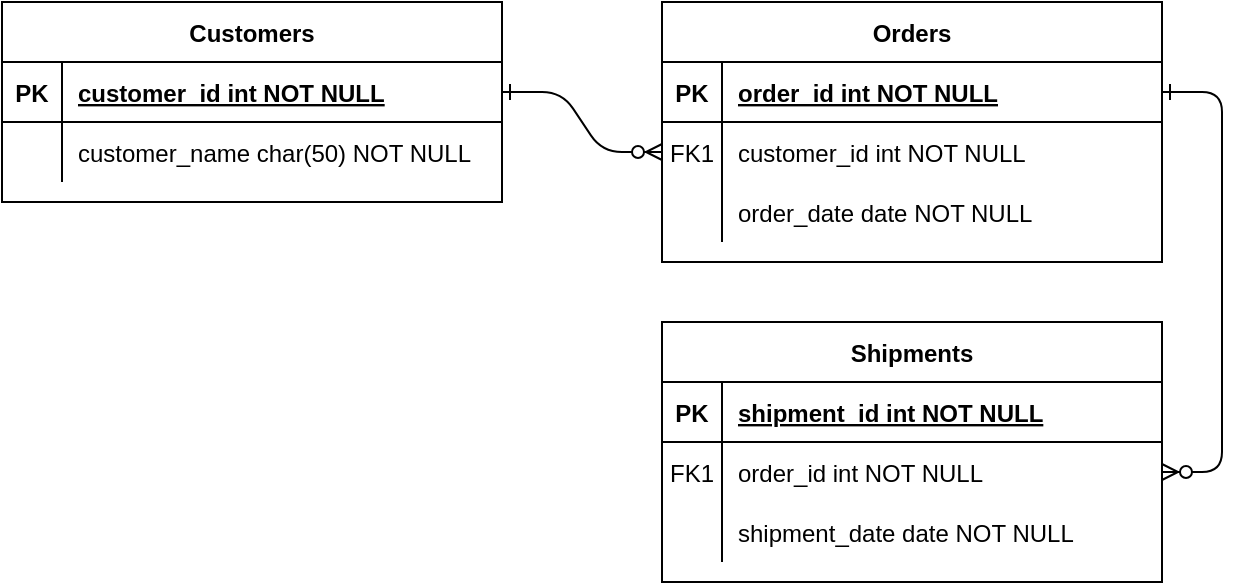
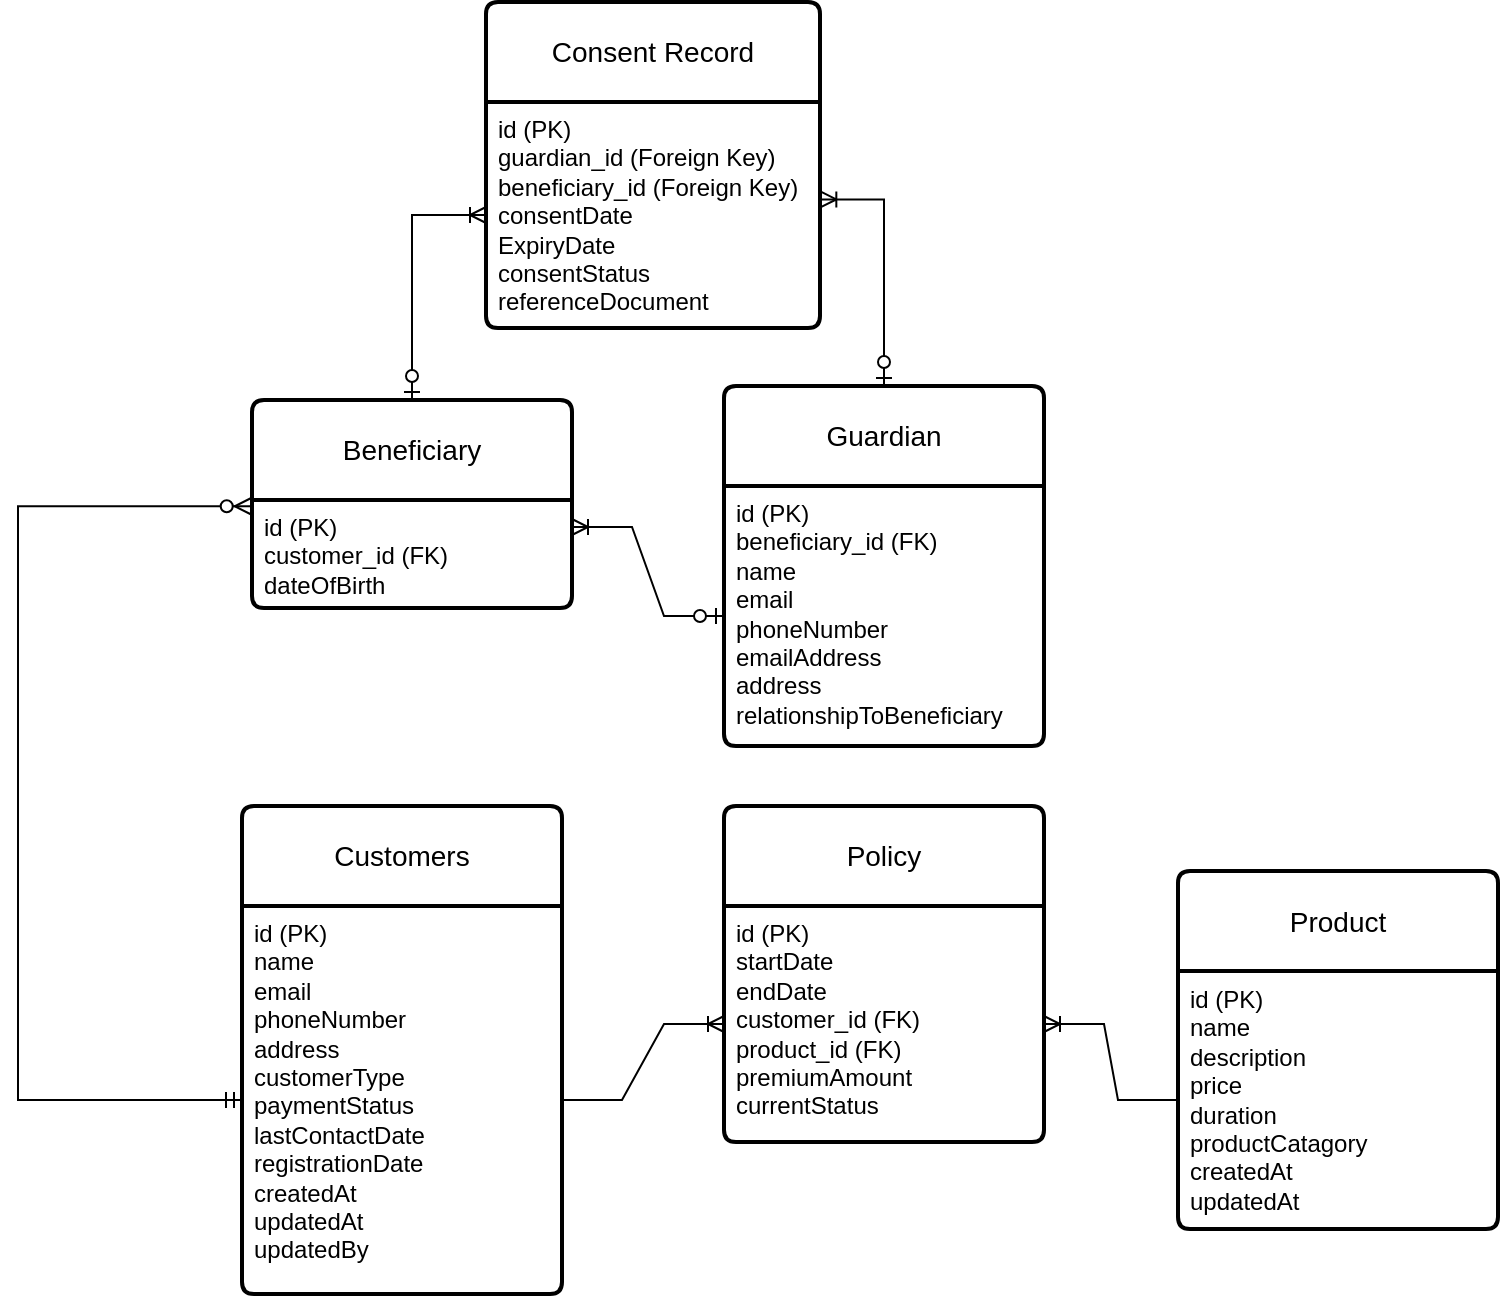
<mxfile host="app.diagrams.net" agent="5.0 (Macintosh; Intel Mac OS X 10_14_6) AppleWebKit/537.36 (KHTML, like Gecko) Chrome/83.0.4103.116 Safari/537.36">
  <diagram id="R2lEEEUBdFMjLlhIrx00" name="Page-1">
-     <mxGraphModel dx="1223" dy="797" grid="1" gridSize="10" guides="1" tooltips="1" connect="1" arrows="1" fold="1" page="1" pageScale="1" pageWidth="850" pageHeight="1100" math="0" shadow="0" extFonts="Permanent Marker^https://fonts.googleapis.com/css?family=Permanent+Marker">
+     <mxGraphModel dx="849" dy="1032" grid="0" gridSize="10" guides="1" tooltips="1" connect="1" arrows="1" fold="1" page="0" pageScale="1" pageWidth="850" pageHeight="1100" math="0" shadow="0" extFonts="Permanent Marker^https://fonts.googleapis.com/css?family=Permanent+Marker">
      <root>
        <mxCell id="0" />
        <mxCell id="1" parent="0" />
-         <mxCell id="C-vyLk0tnHw3VtMMgP7b-1" value="" style="edgeStyle=entityRelationEdgeStyle;endArrow=ERzeroToMany;startArrow=ERone;endFill=1;startFill=0;" parent="1" source="C-vyLk0tnHw3VtMMgP7b-24" target="C-vyLk0tnHw3VtMMgP7b-6" edge="1">
-           <mxGeometry width="100" height="100" relative="1" as="geometry">
-             <mxPoint x="340" y="720" as="sourcePoint" />
-             <mxPoint x="440" y="620" as="targetPoint" />
+         <mxCell id="dAdBnxP72XUMtryMGmO9-1" parent="1" style="swimlane;childLayout=stackLayout;horizontal=1;startSize=50;horizontalStack=0;rounded=1;fontSize=14;fontStyle=0;strokeWidth=2;resizeParent=0;resizeLast=1;shadow=0;dashed=0;align=center;arcSize=4;whiteSpace=wrap;html=1;" value="Customers" vertex="1">
+           <mxGeometry height="244" width="160" x="150" y="118" as="geometry" />
+         </mxCell>
+         <mxCell id="dAdBnxP72XUMtryMGmO9-2" parent="dAdBnxP72XUMtryMGmO9-1" style="align=left;strokeColor=none;fillColor=none;spacingLeft=4;spacingRight=4;fontSize=12;verticalAlign=top;resizable=0;rotatable=0;part=1;html=1;whiteSpace=wrap;" value="id (PK)&lt;div&gt;name&lt;/div&gt;&lt;div&gt;email&lt;/div&gt;&lt;div&gt;phoneNumber&lt;/div&gt;&lt;div&gt;address&lt;/div&gt;&lt;div&gt;customerType&lt;/div&gt;&lt;div&gt;paymentStatus&lt;/div&gt;&lt;div&gt;lastContactDate&lt;/div&gt;&lt;div&gt;registrationDate&lt;/div&gt;&lt;div&gt;createdAt&lt;/div&gt;&lt;div&gt;updatedAt&lt;/div&gt;&lt;div&gt;updatedBy&lt;/div&gt;" vertex="1">
+           <mxGeometry height="194" width="160" y="50" as="geometry" />
+         </mxCell>
+         <mxCell id="dAdBnxP72XUMtryMGmO9-4" parent="1" style="swimlane;childLayout=stackLayout;horizontal=1;startSize=50;horizontalStack=0;rounded=1;fontSize=14;fontStyle=0;strokeWidth=2;resizeParent=0;resizeLast=1;shadow=0;dashed=0;align=center;arcSize=4;whiteSpace=wrap;html=1;" value="Product" vertex="1">
+           <mxGeometry height="179" width="160" x="618" y="150.5" as="geometry" />
+         </mxCell>
+         <mxCell id="dAdBnxP72XUMtryMGmO9-5" parent="dAdBnxP72XUMtryMGmO9-4" style="align=left;strokeColor=none;fillColor=none;spacingLeft=4;spacingRight=4;fontSize=12;verticalAlign=top;resizable=0;rotatable=0;part=1;html=1;whiteSpace=wrap;" value="id (PK)&lt;div&gt;name&lt;/div&gt;&lt;div&gt;description&lt;br&gt;&lt;div&gt;price&lt;/div&gt;&lt;div&gt;duration&lt;/div&gt;&lt;div&gt;productCatagory&lt;/div&gt;&lt;div&gt;createdAt&lt;/div&gt;&lt;/div&gt;&lt;div&gt;updatedAt&lt;/div&gt;" vertex="1">
+           <mxGeometry height="129" width="160" y="50" as="geometry" />
+         </mxCell>
+         <mxCell id="dAdBnxP72XUMtryMGmO9-12" parent="1" style="swimlane;childLayout=stackLayout;horizontal=1;startSize=50;horizontalStack=0;rounded=1;fontSize=14;fontStyle=0;strokeWidth=2;resizeParent=0;resizeLast=1;shadow=0;dashed=0;align=center;arcSize=4;whiteSpace=wrap;html=1;" value="Policy" vertex="1">
+           <mxGeometry height="168" width="160" x="391" y="118" as="geometry" />
+         </mxCell>
+         <mxCell id="dAdBnxP72XUMtryMGmO9-13" parent="dAdBnxP72XUMtryMGmO9-12" style="align=left;strokeColor=none;fillColor=none;spacingLeft=4;spacingRight=4;fontSize=12;verticalAlign=top;resizable=0;rotatable=0;part=1;html=1;whiteSpace=wrap;" value="id (PK)&lt;div&gt;startDate&lt;/div&gt;&lt;div&gt;endDate&lt;/div&gt;&lt;div&gt;customer_id (FK)&lt;/div&gt;&lt;div&gt;product_id (FK)&lt;/div&gt;&lt;div&gt;premiumAmount&lt;/div&gt;&lt;div&gt;currentStatus&lt;/div&gt;" vertex="1">
+           <mxGeometry height="118" width="160" y="50" as="geometry" />
+         </mxCell>
+         <mxCell id="dAdBnxP72XUMtryMGmO9-14" edge="1" parent="1" source="dAdBnxP72XUMtryMGmO9-2" style="edgeStyle=entityRelationEdgeStyle;fontSize=12;html=1;endArrow=ERoneToMany;rounded=0;exitX=1;exitY=0.5;exitDx=0;exitDy=0;entryX=0;entryY=0.5;entryDx=0;entryDy=0;" target="dAdBnxP72XUMtryMGmO9-13" value="">
+           <mxGeometry height="100" relative="1" width="100" as="geometry">
+             <mxPoint x="294" y="416" as="sourcePoint" />
+             <mxPoint x="394" y="316" as="targetPoint" />
          </mxGeometry>
        </mxCell>
-         <mxCell id="C-vyLk0tnHw3VtMMgP7b-12" value="" style="edgeStyle=entityRelationEdgeStyle;endArrow=ERzeroToMany;startArrow=ERone;endFill=1;startFill=0;" parent="1" source="C-vyLk0tnHw3VtMMgP7b-3" target="C-vyLk0tnHw3VtMMgP7b-17" edge="1">
-           <mxGeometry width="100" height="100" relative="1" as="geometry">
-             <mxPoint x="400" y="180" as="sourcePoint" />
-             <mxPoint x="460" y="205" as="targetPoint" />
+         <mxCell id="dAdBnxP72XUMtryMGmO9-15" edge="1" parent="1" source="dAdBnxP72XUMtryMGmO9-5" style="edgeStyle=entityRelationEdgeStyle;fontSize=12;html=1;endArrow=ERoneToMany;rounded=0;exitX=0;exitY=0.5;exitDx=0;exitDy=0;entryX=1;entryY=0.5;entryDx=0;entryDy=0;" target="dAdBnxP72XUMtryMGmO9-13" value="">
+           <mxGeometry height="100" relative="1" width="100" as="geometry">
+             <mxPoint x="473" y="465" as="sourcePoint" />
+             <mxPoint x="573" y="365" as="targetPoint" />
          </mxGeometry>
        </mxCell>
-         <mxCell id="C-vyLk0tnHw3VtMMgP7b-2" value="Orders" style="shape=table;startSize=30;container=1;collapsible=1;childLayout=tableLayout;fixedRows=1;rowLines=0;fontStyle=1;align=center;resizeLast=1;" parent="1" vertex="1">
-           <mxGeometry x="450" y="120" width="250" height="130" as="geometry" />
+         <mxCell id="dAdBnxP72XUMtryMGmO9-16" parent="1" style="swimlane;childLayout=stackLayout;horizontal=1;startSize=50;horizontalStack=0;rounded=1;fontSize=14;fontStyle=0;strokeWidth=2;resizeParent=0;resizeLast=1;shadow=0;dashed=0;align=center;arcSize=4;whiteSpace=wrap;html=1;" value="Beneficiary" vertex="1">
+           <mxGeometry height="104" width="160" x="155" y="-85" as="geometry" />
        </mxCell>
-         <mxCell id="C-vyLk0tnHw3VtMMgP7b-3" value="" style="shape=partialRectangle;collapsible=0;dropTarget=0;pointerEvents=0;fillColor=none;points=[[0,0.5],[1,0.5]];portConstraint=eastwest;top=0;left=0;right=0;bottom=1;" parent="C-vyLk0tnHw3VtMMgP7b-2" vertex="1">
-           <mxGeometry y="30" width="250" height="30" as="geometry" />
+         <mxCell id="dAdBnxP72XUMtryMGmO9-17" parent="dAdBnxP72XUMtryMGmO9-16" style="align=left;strokeColor=none;fillColor=none;spacingLeft=4;spacingRight=4;fontSize=12;verticalAlign=top;resizable=0;rotatable=0;part=1;html=1;whiteSpace=wrap;" value="id (PK)&lt;div&gt;customer_id (FK)&lt;br&gt;&lt;div&gt;dateOfBirth&lt;/div&gt;&lt;/div&gt;" vertex="1">
+           <mxGeometry height="54" width="160" y="50" as="geometry" />
        </mxCell>
-         <mxCell id="C-vyLk0tnHw3VtMMgP7b-4" value="PK" style="shape=partialRectangle;overflow=hidden;connectable=0;fillColor=none;top=0;left=0;bottom=0;right=0;fontStyle=1;" parent="C-vyLk0tnHw3VtMMgP7b-3" vertex="1">
-           <mxGeometry width="30" height="30" as="geometry" />
+         <mxCell id="dAdBnxP72XUMtryMGmO9-18" parent="1" style="swimlane;childLayout=stackLayout;horizontal=1;startSize=50;horizontalStack=0;rounded=1;fontSize=14;fontStyle=0;strokeWidth=2;resizeParent=0;resizeLast=1;shadow=0;dashed=0;align=center;arcSize=4;whiteSpace=wrap;html=1;" value="Guardian" vertex="1">
+           <mxGeometry height="180" width="160" x="391" y="-92" as="geometry" />
        </mxCell>
-         <mxCell id="C-vyLk0tnHw3VtMMgP7b-5" value="order_id int NOT NULL " style="shape=partialRectangle;overflow=hidden;connectable=0;fillColor=none;top=0;left=0;bottom=0;right=0;align=left;spacingLeft=6;fontStyle=5;" parent="C-vyLk0tnHw3VtMMgP7b-3" vertex="1">
-           <mxGeometry x="30" width="220" height="30" as="geometry" />
+         <mxCell id="dAdBnxP72XUMtryMGmO9-19" parent="dAdBnxP72XUMtryMGmO9-18" style="align=left;strokeColor=none;fillColor=none;spacingLeft=4;spacingRight=4;fontSize=12;verticalAlign=top;resizable=0;rotatable=0;part=1;html=1;whiteSpace=wrap;" value="id (PK)&lt;div&gt;beneficiary_id (FK)&lt;br&gt;&lt;div&gt;name&lt;/div&gt;&lt;div&gt;email&lt;/div&gt;&lt;div&gt;phoneNumber&lt;/div&gt;&lt;div&gt;emailAddress&lt;/div&gt;&lt;div&gt;address&lt;/div&gt;&lt;div&gt;relationshipToBeneficiary&lt;/div&gt;&lt;/div&gt;" vertex="1">
+           <mxGeometry height="130" width="160" y="50" as="geometry" />
        </mxCell>
-         <mxCell id="C-vyLk0tnHw3VtMMgP7b-6" value="" style="shape=partialRectangle;collapsible=0;dropTarget=0;pointerEvents=0;fillColor=none;points=[[0,0.5],[1,0.5]];portConstraint=eastwest;top=0;left=0;right=0;bottom=0;" parent="C-vyLk0tnHw3VtMMgP7b-2" vertex="1">
-           <mxGeometry y="60" width="250" height="30" as="geometry" />
+         <mxCell id="dAdBnxP72XUMtryMGmO9-26" edge="1" parent="1" source="dAdBnxP72XUMtryMGmO9-19" style="edgeStyle=entityRelationEdgeStyle;fontSize=12;html=1;endArrow=ERoneToMany;startArrow=ERzeroToOne;rounded=0;exitX=0;exitY=0.5;exitDx=0;exitDy=0;entryX=1;entryY=0.25;entryDx=0;entryDy=0;" target="dAdBnxP72XUMtryMGmO9-17" value="">
+           <mxGeometry height="100" relative="1" width="100" as="geometry">
+             <mxPoint x="-52" y="324" as="sourcePoint" />
+             <mxPoint x="48" y="224" as="targetPoint" />
+           </mxGeometry>
        </mxCell>
-         <mxCell id="C-vyLk0tnHw3VtMMgP7b-7" value="FK1" style="shape=partialRectangle;overflow=hidden;connectable=0;fillColor=none;top=0;left=0;bottom=0;right=0;" parent="C-vyLk0tnHw3VtMMgP7b-6" vertex="1">
-           <mxGeometry width="30" height="30" as="geometry" />
+         <mxCell id="dAdBnxP72XUMtryMGmO9-29" edge="1" parent="1" source="dAdBnxP72XUMtryMGmO9-2" style="edgeStyle=orthogonalEdgeStyle;fontSize=12;html=1;endArrow=ERzeroToMany;startArrow=ERmandOne;rounded=0;exitX=0;exitY=0.5;exitDx=0;exitDy=0;entryX=-0.004;entryY=0.058;entryDx=0;entryDy=0;entryPerimeter=0;" target="dAdBnxP72XUMtryMGmO9-17" value="">
+           <mxGeometry height="100" relative="1" width="100" as="geometry">
+             <Array as="points">
+               <mxPoint x="38" y="265" />
+               <mxPoint x="38" y="-32" />
+             </Array>
+             <mxPoint x="15" y="305" as="sourcePoint" />
+             <mxPoint x="101" y="-31" as="targetPoint" />
+           </mxGeometry>
        </mxCell>
-         <mxCell id="C-vyLk0tnHw3VtMMgP7b-8" value="customer_id int NOT NULL" style="shape=partialRectangle;overflow=hidden;connectable=0;fillColor=none;top=0;left=0;bottom=0;right=0;align=left;spacingLeft=6;" parent="C-vyLk0tnHw3VtMMgP7b-6" vertex="1">
-           <mxGeometry x="30" width="220" height="30" as="geometry" />
+         <mxCell id="dAdBnxP72XUMtryMGmO9-30" parent="1" style="swimlane;childLayout=stackLayout;horizontal=1;startSize=50;horizontalStack=0;rounded=1;fontSize=14;fontStyle=0;strokeWidth=2;resizeParent=0;resizeLast=1;shadow=0;dashed=0;align=center;arcSize=4;whiteSpace=wrap;html=1;" value="Consent Record" vertex="1">
+           <mxGeometry height="163" width="167" x="272" y="-284" as="geometry" />
        </mxCell>
-         <mxCell id="C-vyLk0tnHw3VtMMgP7b-9" value="" style="shape=partialRectangle;collapsible=0;dropTarget=0;pointerEvents=0;fillColor=none;points=[[0,0.5],[1,0.5]];portConstraint=eastwest;top=0;left=0;right=0;bottom=0;" parent="C-vyLk0tnHw3VtMMgP7b-2" vertex="1">
-           <mxGeometry y="90" width="250" height="30" as="geometry" />
+         <mxCell id="dAdBnxP72XUMtryMGmO9-31" parent="dAdBnxP72XUMtryMGmO9-30" style="align=left;strokeColor=none;fillColor=none;spacingLeft=4;spacingRight=4;fontSize=12;verticalAlign=top;resizable=0;rotatable=0;part=1;html=1;whiteSpace=wrap;" value="&lt;div&gt;id (PK)&lt;/div&gt;&lt;div&gt;guardian_id (Foreign Key)&lt;/div&gt;&lt;div&gt;beneficiary_id (Foreign Key)&lt;/div&gt;&lt;div&gt;consentDate&lt;/div&gt;&lt;div&gt;ExpiryDate&lt;/div&gt;&lt;div&gt;consentStatus&lt;/div&gt;&lt;div&gt;referenceDocument&lt;/div&gt;" vertex="1">
+           <mxGeometry height="113" width="167" y="50" as="geometry" />
        </mxCell>
-         <mxCell id="C-vyLk0tnHw3VtMMgP7b-10" value="" style="shape=partialRectangle;overflow=hidden;connectable=0;fillColor=none;top=0;left=0;bottom=0;right=0;" parent="C-vyLk0tnHw3VtMMgP7b-9" vertex="1">
-           <mxGeometry width="30" height="30" as="geometry" />
+         <mxCell id="dAdBnxP72XUMtryMGmO9-35" edge="1" parent="1" source="dAdBnxP72XUMtryMGmO9-18" style="edgeStyle=orthogonalEdgeStyle;fontSize=12;html=1;endArrow=ERoneToMany;startArrow=ERzeroToOne;rounded=0;entryX=1.001;entryY=0.431;entryDx=0;entryDy=0;entryPerimeter=0;exitX=0.5;exitY=0;exitDx=0;exitDy=0;" target="dAdBnxP72XUMtryMGmO9-31" value="">
+           <mxGeometry height="100" relative="1" width="100" as="geometry">
+             <Array as="points">
+               <mxPoint x="471" y="-185" />
+             </Array>
+             <mxPoint x="502" y="-141" as="sourcePoint" />
+             <mxPoint x="602" y="-241" as="targetPoint" />
+           </mxGeometry>
        </mxCell>
-         <mxCell id="C-vyLk0tnHw3VtMMgP7b-11" value="order_date date NOT NULL" style="shape=partialRectangle;overflow=hidden;connectable=0;fillColor=none;top=0;left=0;bottom=0;right=0;align=left;spacingLeft=6;" parent="C-vyLk0tnHw3VtMMgP7b-9" vertex="1">
-           <mxGeometry x="30" width="220" height="30" as="geometry" />
-         </mxCell>
-         <mxCell id="C-vyLk0tnHw3VtMMgP7b-13" value="Shipments" style="shape=table;startSize=30;container=1;collapsible=1;childLayout=tableLayout;fixedRows=1;rowLines=0;fontStyle=1;align=center;resizeLast=1;" parent="1" vertex="1">
-           <mxGeometry x="450" y="280" width="250" height="130" as="geometry" />
-         </mxCell>
-         <mxCell id="C-vyLk0tnHw3VtMMgP7b-14" value="" style="shape=partialRectangle;collapsible=0;dropTarget=0;pointerEvents=0;fillColor=none;points=[[0,0.5],[1,0.5]];portConstraint=eastwest;top=0;left=0;right=0;bottom=1;" parent="C-vyLk0tnHw3VtMMgP7b-13" vertex="1">
-           <mxGeometry y="30" width="250" height="30" as="geometry" />
-         </mxCell>
-         <mxCell id="C-vyLk0tnHw3VtMMgP7b-15" value="PK" style="shape=partialRectangle;overflow=hidden;connectable=0;fillColor=none;top=0;left=0;bottom=0;right=0;fontStyle=1;" parent="C-vyLk0tnHw3VtMMgP7b-14" vertex="1">
-           <mxGeometry width="30" height="30" as="geometry" />
-         </mxCell>
-         <mxCell id="C-vyLk0tnHw3VtMMgP7b-16" value="shipment_id int NOT NULL " style="shape=partialRectangle;overflow=hidden;connectable=0;fillColor=none;top=0;left=0;bottom=0;right=0;align=left;spacingLeft=6;fontStyle=5;" parent="C-vyLk0tnHw3VtMMgP7b-14" vertex="1">
-           <mxGeometry x="30" width="220" height="30" as="geometry" />
-         </mxCell>
-         <mxCell id="C-vyLk0tnHw3VtMMgP7b-17" value="" style="shape=partialRectangle;collapsible=0;dropTarget=0;pointerEvents=0;fillColor=none;points=[[0,0.5],[1,0.5]];portConstraint=eastwest;top=0;left=0;right=0;bottom=0;" parent="C-vyLk0tnHw3VtMMgP7b-13" vertex="1">
-           <mxGeometry y="60" width="250" height="30" as="geometry" />
-         </mxCell>
-         <mxCell id="C-vyLk0tnHw3VtMMgP7b-18" value="FK1" style="shape=partialRectangle;overflow=hidden;connectable=0;fillColor=none;top=0;left=0;bottom=0;right=0;" parent="C-vyLk0tnHw3VtMMgP7b-17" vertex="1">
-           <mxGeometry width="30" height="30" as="geometry" />
-         </mxCell>
-         <mxCell id="C-vyLk0tnHw3VtMMgP7b-19" value="order_id int NOT NULL" style="shape=partialRectangle;overflow=hidden;connectable=0;fillColor=none;top=0;left=0;bottom=0;right=0;align=left;spacingLeft=6;" parent="C-vyLk0tnHw3VtMMgP7b-17" vertex="1">
-           <mxGeometry x="30" width="220" height="30" as="geometry" />
-         </mxCell>
-         <mxCell id="C-vyLk0tnHw3VtMMgP7b-20" value="" style="shape=partialRectangle;collapsible=0;dropTarget=0;pointerEvents=0;fillColor=none;points=[[0,0.5],[1,0.5]];portConstraint=eastwest;top=0;left=0;right=0;bottom=0;" parent="C-vyLk0tnHw3VtMMgP7b-13" vertex="1">
-           <mxGeometry y="90" width="250" height="30" as="geometry" />
-         </mxCell>
-         <mxCell id="C-vyLk0tnHw3VtMMgP7b-21" value="" style="shape=partialRectangle;overflow=hidden;connectable=0;fillColor=none;top=0;left=0;bottom=0;right=0;" parent="C-vyLk0tnHw3VtMMgP7b-20" vertex="1">
-           <mxGeometry width="30" height="30" as="geometry" />
-         </mxCell>
-         <mxCell id="C-vyLk0tnHw3VtMMgP7b-22" value="shipment_date date NOT NULL" style="shape=partialRectangle;overflow=hidden;connectable=0;fillColor=none;top=0;left=0;bottom=0;right=0;align=left;spacingLeft=6;" parent="C-vyLk0tnHw3VtMMgP7b-20" vertex="1">
-           <mxGeometry x="30" width="220" height="30" as="geometry" />
-         </mxCell>
-         <mxCell id="C-vyLk0tnHw3VtMMgP7b-23" value="Customers" style="shape=table;startSize=30;container=1;collapsible=1;childLayout=tableLayout;fixedRows=1;rowLines=0;fontStyle=1;align=center;resizeLast=1;" parent="1" vertex="1">
-           <mxGeometry x="120" y="120" width="250" height="100" as="geometry" />
-         </mxCell>
-         <mxCell id="C-vyLk0tnHw3VtMMgP7b-24" value="" style="shape=partialRectangle;collapsible=0;dropTarget=0;pointerEvents=0;fillColor=none;points=[[0,0.5],[1,0.5]];portConstraint=eastwest;top=0;left=0;right=0;bottom=1;" parent="C-vyLk0tnHw3VtMMgP7b-23" vertex="1">
-           <mxGeometry y="30" width="250" height="30" as="geometry" />
-         </mxCell>
-         <mxCell id="C-vyLk0tnHw3VtMMgP7b-25" value="PK" style="shape=partialRectangle;overflow=hidden;connectable=0;fillColor=none;top=0;left=0;bottom=0;right=0;fontStyle=1;" parent="C-vyLk0tnHw3VtMMgP7b-24" vertex="1">
-           <mxGeometry width="30" height="30" as="geometry" />
-         </mxCell>
-         <mxCell id="C-vyLk0tnHw3VtMMgP7b-26" value="customer_id int NOT NULL " style="shape=partialRectangle;overflow=hidden;connectable=0;fillColor=none;top=0;left=0;bottom=0;right=0;align=left;spacingLeft=6;fontStyle=5;" parent="C-vyLk0tnHw3VtMMgP7b-24" vertex="1">
-           <mxGeometry x="30" width="220" height="30" as="geometry" />
-         </mxCell>
-         <mxCell id="C-vyLk0tnHw3VtMMgP7b-27" value="" style="shape=partialRectangle;collapsible=0;dropTarget=0;pointerEvents=0;fillColor=none;points=[[0,0.5],[1,0.5]];portConstraint=eastwest;top=0;left=0;right=0;bottom=0;" parent="C-vyLk0tnHw3VtMMgP7b-23" vertex="1">
-           <mxGeometry y="60" width="250" height="30" as="geometry" />
-         </mxCell>
-         <mxCell id="C-vyLk0tnHw3VtMMgP7b-28" value="" style="shape=partialRectangle;overflow=hidden;connectable=0;fillColor=none;top=0;left=0;bottom=0;right=0;" parent="C-vyLk0tnHw3VtMMgP7b-27" vertex="1">
-           <mxGeometry width="30" height="30" as="geometry" />
-         </mxCell>
-         <mxCell id="C-vyLk0tnHw3VtMMgP7b-29" value="customer_name char(50) NOT NULL" style="shape=partialRectangle;overflow=hidden;connectable=0;fillColor=none;top=0;left=0;bottom=0;right=0;align=left;spacingLeft=6;" parent="C-vyLk0tnHw3VtMMgP7b-27" vertex="1">
-           <mxGeometry x="30" width="220" height="30" as="geometry" />
+         <mxCell id="dAdBnxP72XUMtryMGmO9-37" edge="1" parent="1" source="dAdBnxP72XUMtryMGmO9-16" style="edgeStyle=orthogonalEdgeStyle;fontSize=12;html=1;endArrow=ERoneToMany;startArrow=ERzeroToOne;rounded=0;exitX=0.5;exitY=0;exitDx=0;exitDy=0;entryX=0;entryY=0.5;entryDx=0;entryDy=0;libavoidRouting=1;" target="dAdBnxP72XUMtryMGmO9-31" value="">
+           <mxGeometry height="100" relative="1" width="100" as="geometry">
+             <Array as="points">
+               <mxPoint x="235" y="-177" />
+             </Array>
+             <mxPoint x="111" y="-128" as="sourcePoint" />
+             <mxPoint x="211" y="-228" as="targetPoint" />
+           </mxGeometry>
        </mxCell>
      </root>
    </mxGraphModel>
  </diagram>
</mxfile>
